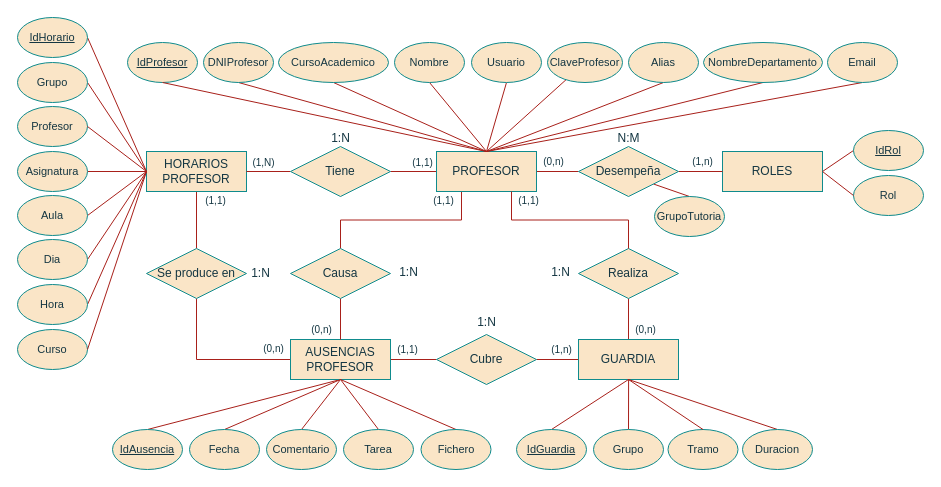
This is DOC/Esquemas_diagramas/ModeloER_V2.drawio from Samohe89/ProyectoIntegrado-Guardias, a draw.io file, before an edit. Source tidied: cells renumbered, new cells numbered last; positions are measured from the earlier drawing's top-left corner, leaving out a move shared by most shapes. Both pictures are drawn from the tidied source at 100%, with x=0, y=0 at pixel (17, 17).
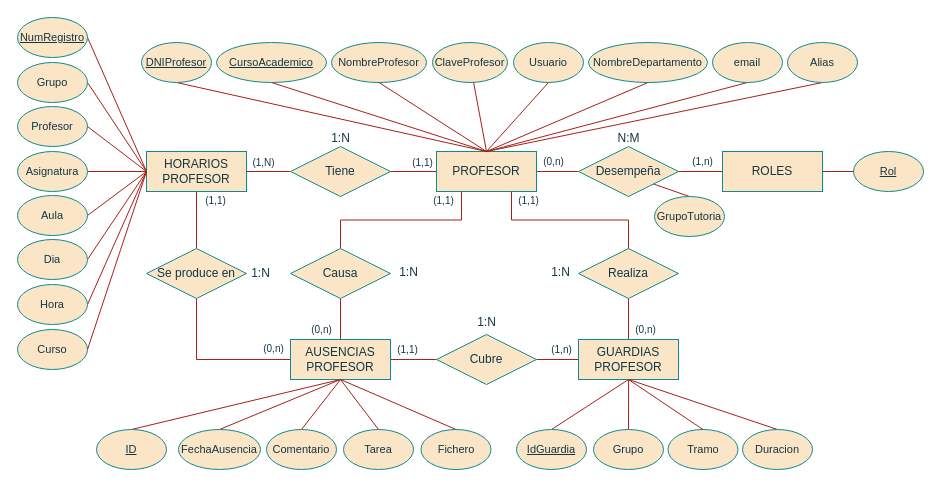
After the change.

Commit message (it also covers changes not shown here):
Diagramas ER y Relacional V2 recuperados

The change refers to these unchanged cells:
```xml
<mxCell id="5" value="PROFESOR" style="rounded=0;whiteSpace=wrap;html=1;labelBackgroundColor=none;fillColor=#FAE5C7;strokeColor=#0F8B8D;fontColor=#143642;" parent="1" vertex="1">
  <mxGeometry x="419" y="134" width="100" height="40" as="geometry" />
</mxCell>
<mxCell id="7" value="ROLES" style="rounded=0;whiteSpace=wrap;html=1;labelBackgroundColor=none;fillColor=#FAE5C7;strokeColor=#0F8B8D;fontColor=#143642;" parent="1" vertex="1">
  <mxGeometry x="705" y="134" width="100" height="40" as="geometry" />
</mxCell>
```

Diff of the diagram source:
```diff
@@
-    <mxCell id="6" style="rounded=0;jettySize=auto;html=1;endArrow=none;startFill=0;labelBackgroundColor=none;strokeColor=#A8201A;fontColor=default;exitX=1;exitY=0.5;exitDx=0;exitDy=0;entryX=0;entryY=0.5;entryDx=0;entryDy=0;" parent="1" edge="1" source="7" target="70">
-      <mxGeometry relative="1" as="geometry" />
-    </mxCell>
@@
-    <mxCell id="12" value="GUARDIA" style="rounded=0;whiteSpace=wrap;html=1;labelBackgroundColor=none;fillColor=#FAE5C7;strokeColor=#0F8B8D;fontColor=#143642;" parent="1" vertex="1">
+    <mxCell id="12" value="GUARDIAS PROFESOR" style="rounded=0;whiteSpace=wrap;html=1;labelBackgroundColor=none;fillColor=#FAE5C7;strokeColor=#0F8B8D;fontColor=#143642;" parent="1" vertex="1">
       <mxGeometry x="561" y="322" width="100" height="40" as="geometry" />
     </mxCell>
@@
-    <mxCell id="18" value="DNIProfesor" style="ellipse;whiteSpace=wrap;html=1;fontSize=11;labelBackgroundColor=none;fillColor=#FAE5C7;strokeColor=#0F8B8D;fontColor=#143642;rounded=0;" parent="1" vertex="1">
-      <mxGeometry x="186" y="25" width="70" height="40" as="geometry" />
+    <mxCell id="18" value="&lt;u&gt;DNIProfesor&lt;/u&gt;" style="ellipse;whiteSpace=wrap;html=1;fontSize=11;labelBackgroundColor=none;fillColor=#FAE5C7;strokeColor=#0F8B8D;fontColor=#143642;rounded=0;" parent="1" vertex="1">
+      <mxGeometry x="124" y="25" width="70" height="40" as="geometry" />
     </mxCell>
@@
-    <mxCell id="20" value="Nombre" style="ellipse;whiteSpace=wrap;html=1;fontSize=11;labelBackgroundColor=none;fillColor=#FAE5C7;strokeColor=#0F8B8D;fontColor=#143642;rounded=0;" parent="1" vertex="1">
-      <mxGeometry x="377" y="25" width="70" height="40" as="geometry" />
+    <mxCell id="20" value="NombreProfesor" style="ellipse;whiteSpace=wrap;html=1;fontSize=11;labelBackgroundColor=none;fillColor=#FAE5C7;strokeColor=#0F8B8D;fontColor=#143642;rounded=0;" parent="1" vertex="1">
+      <mxGeometry x="314" y="25" width="95" height="40" as="geometry" />
     </mxCell>
@@
     <mxCell id="22" value="Usuario" style="ellipse;whiteSpace=wrap;html=1;fontSize=11;labelBackgroundColor=none;fillColor=#FAE5C7;strokeColor=#0F8B8D;fontColor=#143642;rounded=0;" parent="1" vertex="1">
-      <mxGeometry x="454" y="25" width="70" height="40" as="geometry" />
+      <mxGeometry x="496" y="25" width="70" height="40" as="geometry" />
     </mxCell>
@@
     <mxCell id="24" value="ClaveProfesor" style="ellipse;whiteSpace=wrap;html=1;fontSize=11;labelBackgroundColor=none;fillColor=#FAE5C7;strokeColor=#0F8B8D;fontColor=#143642;rounded=0;" parent="1" vertex="1">
-      <mxGeometry x="530" y="25" width="75" height="40" as="geometry" />
+      <mxGeometry x="415" y="25" width="75" height="40" as="geometry" />
     </mxCell>
@@
-    <mxCell id="26" value="CursoAcademico" style="ellipse;whiteSpace=wrap;html=1;fontSize=11;labelBackgroundColor=none;fillColor=#FAE5C7;strokeColor=#0F8B8D;fontColor=#143642;rounded=0;" parent="1" vertex="1">
-      <mxGeometry x="261" y="25" width="110" height="40" as="geometry" />
+    <mxCell id="26" value="&lt;u&gt;CursoAcademico&lt;/u&gt;" style="ellipse;whiteSpace=wrap;html=1;fontSize=11;labelBackgroundColor=none;fillColor=#FAE5C7;strokeColor=#0F8B8D;fontColor=#143642;rounded=0;" parent="1" vertex="1">
+      <mxGeometry x="199" y="25" width="110" height="40" as="geometry" />
     </mxCell>
@@
-    <mxCell id="28" value="Email" style="ellipse;whiteSpace=wrap;html=1;strokeColor=#0F8B8D;fontColor=#143642;fontSize=11;labelBackgroundColor=none;fillColor=#FAE5C7;rounded=0;" parent="1" vertex="1">
-      <mxGeometry x="810" y="25" width="70" height="40" as="geometry" />
+    <mxCell id="28" value="email" style="ellipse;whiteSpace=wrap;html=1;strokeColor=#0F8B8D;fontColor=#143642;fontSize=11;labelBackgroundColor=none;fillColor=#FAE5C7;rounded=0;" parent="1" vertex="1">
+      <mxGeometry x="695" y="25" width="70" height="40" as="geometry" />
     </mxCell>
@@
     <mxCell id="30" value="NombreDepartamento" style="ellipse;whiteSpace=wrap;html=1;strokeColor=#0F8B8D;fontColor=#143642;fontSize=11;labelBackgroundColor=none;fillColor=#FAE5C7;rounded=0;" parent="1" vertex="1">
-      <mxGeometry x="686" y="25" width="119" height="40" as="geometry" />
+      <mxGeometry x="571" y="25" width="119" height="40" as="geometry" />
     </mxCell>
@@
     <mxCell id="32" value="Alias" style="ellipse;whiteSpace=wrap;html=1;fontSize=11;labelBackgroundColor=none;fillColor=#FAE5C7;strokeColor=#0F8B8D;fontColor=#143642;rounded=0;" parent="1" vertex="1">
-      <mxGeometry x="611" y="25" width="70" height="40" as="geometry" />
+      <mxGeometry x="770" y="25" width="70" height="40" as="geometry" />
     </mxCell>
@@
-    <mxCell id="50" value="&lt;u&gt;IdHorario&lt;/u&gt;" style="ellipse;whiteSpace=wrap;html=1;fontSize=11;labelBackgroundColor=none;fillColor=#FAE5C7;strokeColor=#0F8B8D;fontColor=#143642;rounded=0;" parent="1" vertex="1">
+    <mxCell id="50" value="&lt;u&gt;NumRegistro&lt;/u&gt;" style="ellipse;whiteSpace=wrap;html=1;fontSize=11;labelBackgroundColor=none;fillColor=#FAE5C7;strokeColor=#0F8B8D;fontColor=#143642;rounded=0;" parent="1" vertex="1">
       <mxGeometry width="70" height="40" as="geometry" />
     </mxCell>
@@
-    <mxCell id="70" value="&lt;u&gt;IdRol&lt;/u&gt;" style="ellipse;whiteSpace=wrap;html=1;fontSize=11;labelBackgroundColor=none;fillColor=#FAE5C7;strokeColor=#0F8B8D;fontColor=#143642;rounded=0;" parent="1" vertex="1">
-      <mxGeometry x="836" y="113" width="70" height="40" as="geometry" />
-    </mxCell>
-    <mxCell id="71" value="&lt;u&gt;IdAusencia&lt;/u&gt;" style="ellipse;whiteSpace=wrap;html=1;fontSize=11;labelBackgroundColor=none;fillColor=#FAE5C7;strokeColor=#0F8B8D;fontColor=#143642;rounded=0;" parent="1" vertex="1">
-      <mxGeometry x="95" y="412" width="70" height="40" as="geometry" />
+    <mxCell id="71" value="&lt;u&gt;ID&lt;/u&gt;" style="ellipse;whiteSpace=wrap;html=1;fontSize=11;labelBackgroundColor=none;fillColor=#FAE5C7;strokeColor=#0F8B8D;fontColor=#143642;rounded=0;" parent="1" vertex="1">
+      <mxGeometry x="79" y="412" width="70" height="40" as="geometry" />
     </mxCell>
@@
-    <mxCell id="73" value="Fecha" style="ellipse;whiteSpace=wrap;html=1;fontSize=11;labelBackgroundColor=none;fillColor=#FAE5C7;strokeColor=#0F8B8D;fontColor=#143642;rounded=0;" parent="1" vertex="1">
-      <mxGeometry x="172" y="412" width="70" height="40" as="geometry" />
+    <mxCell id="73" value="FechaAusencia" style="ellipse;whiteSpace=wrap;html=1;fontSize=11;labelBackgroundColor=none;fillColor=#FAE5C7;strokeColor=#0F8B8D;fontColor=#143642;rounded=0;" parent="1" vertex="1">
+      <mxGeometry x="161" y="412" width="82" height="40" as="geometry" />
     </mxCell>
@@
-    <mxCell id="91" value="&lt;u&gt;IdProfesor&lt;/u&gt;" style="ellipse;whiteSpace=wrap;html=1;fontSize=11;labelBackgroundColor=none;fillColor=#FAE5C7;strokeColor=#0F8B8D;fontColor=#143642;rounded=0;" parent="1" vertex="1">
-      <mxGeometry x="110" y="25" width="70" height="40" as="geometry" />
-    </mxCell>
-    <mxCell id="92" style="rounded=0;jettySize=auto;html=1;exitX=0.5;exitY=1;exitDx=0;exitDy=0;startArrow=none;startFill=0;endArrow=none;entryX=0.5;entryY=0;entryDx=0;entryDy=0;labelBackgroundColor=none;strokeColor=#A8201A;fontColor=default;" parent="1" edge="1" source="91" target="5">
-      <mxGeometry relative="1" as="geometry" />
-    </mxCell>
-    <mxCell id="93" value="Rol" style="ellipse;whiteSpace=wrap;html=1;fontSize=11;labelBackgroundColor=none;fillColor=#FAE5C7;strokeColor=#0F8B8D;fontColor=#143642;rounded=0;" parent="1" vertex="1">
-      <mxGeometry x="836" y="158" width="70" height="40" as="geometry" />
+    <mxCell id="93" value="&lt;u&gt;Rol&lt;/u&gt;" style="ellipse;whiteSpace=wrap;html=1;fontSize=11;labelBackgroundColor=none;fillColor=#FAE5C7;strokeColor=#0F8B8D;fontColor=#143642;rounded=0;" parent="1" vertex="1">
+      <mxGeometry x="836" y="134" width="70" height="40" as="geometry" />
     </mxCell>
```
